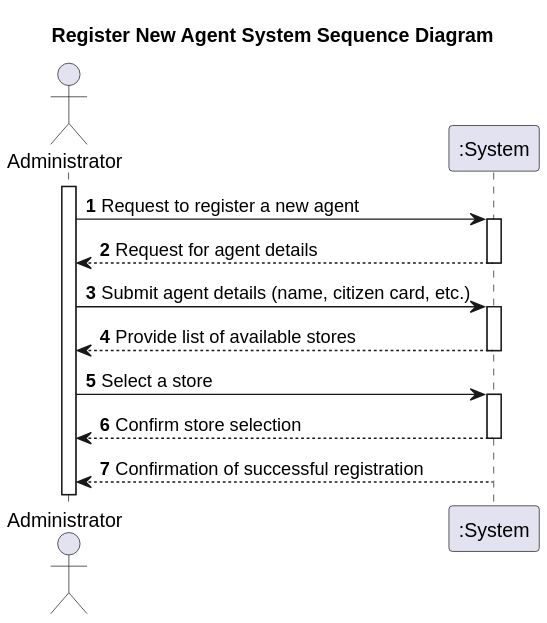
The PlantUML diagram docs/Sprint2/US11/US11-SSD.svg in goncalomaia18/leti-esoft-24-25-A2, before a commit.
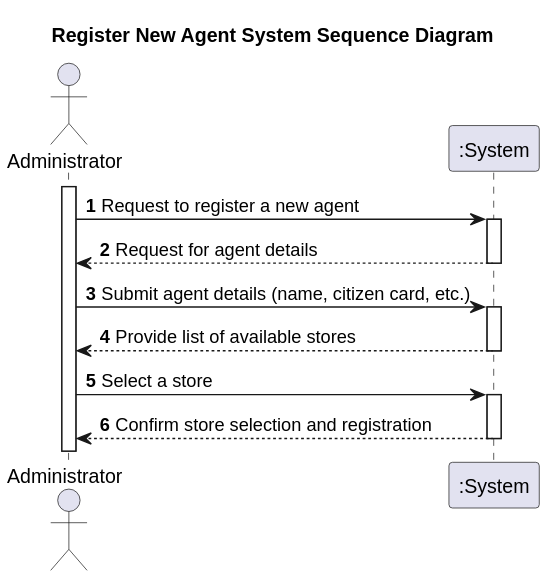
The same diagram one commit later.

Change to the diagram source:
```diff
@@ -17,7 +17,5 @@
 System --> Person: Provide list of available stores
 
 Person -> System: Select a store
-System --> Person: Confirm store selection
-
-System --> Person: Confirmation of successful registration
+System --> Person: Confirm store selection and registration
 @enduml
```
